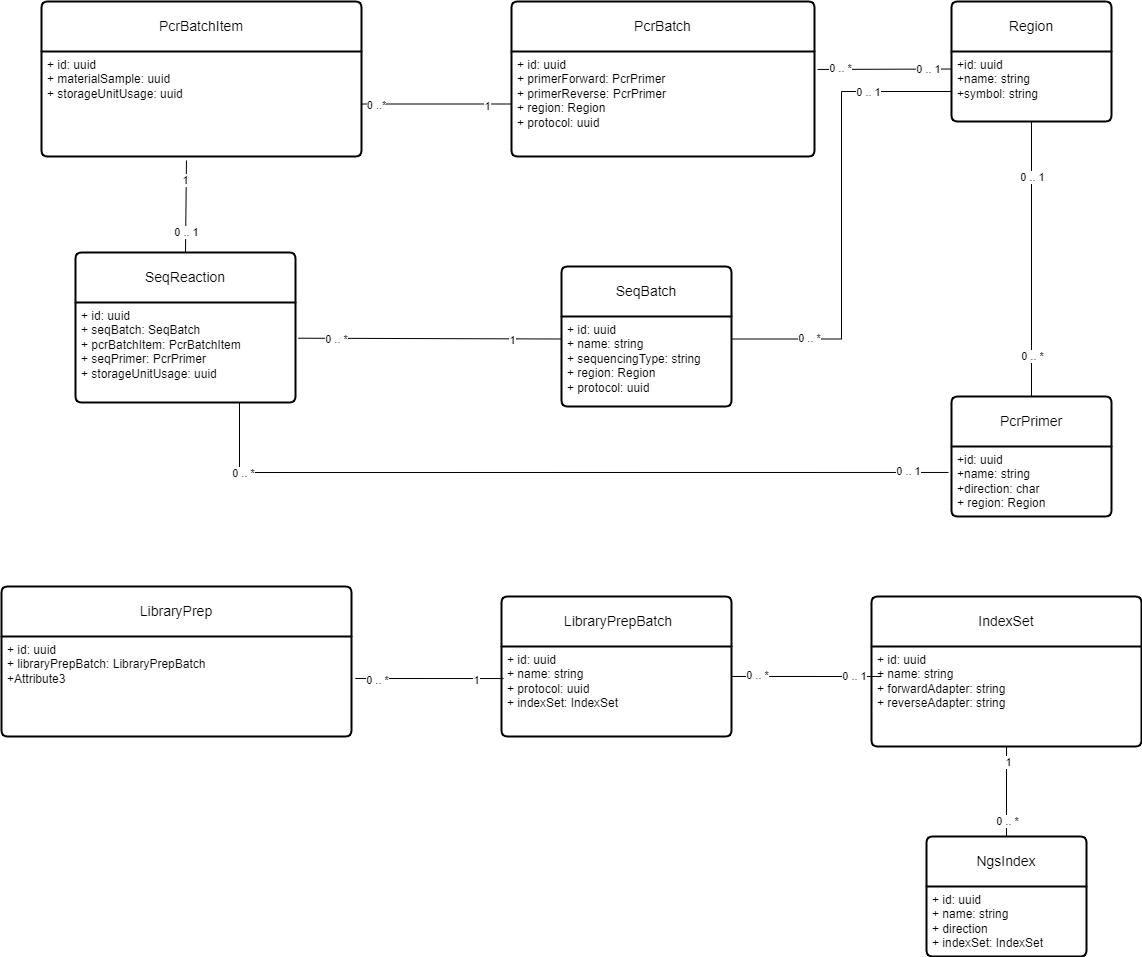
Earlier version of the draw.io export docs/sequencingModule.drawio.png (AAFC-BICoE/seqdb-api). Source tidied: cells renumbered, new cells last; positions are measured from the earlier drawing's top-left corner, leaving out a move shared by most shapes.
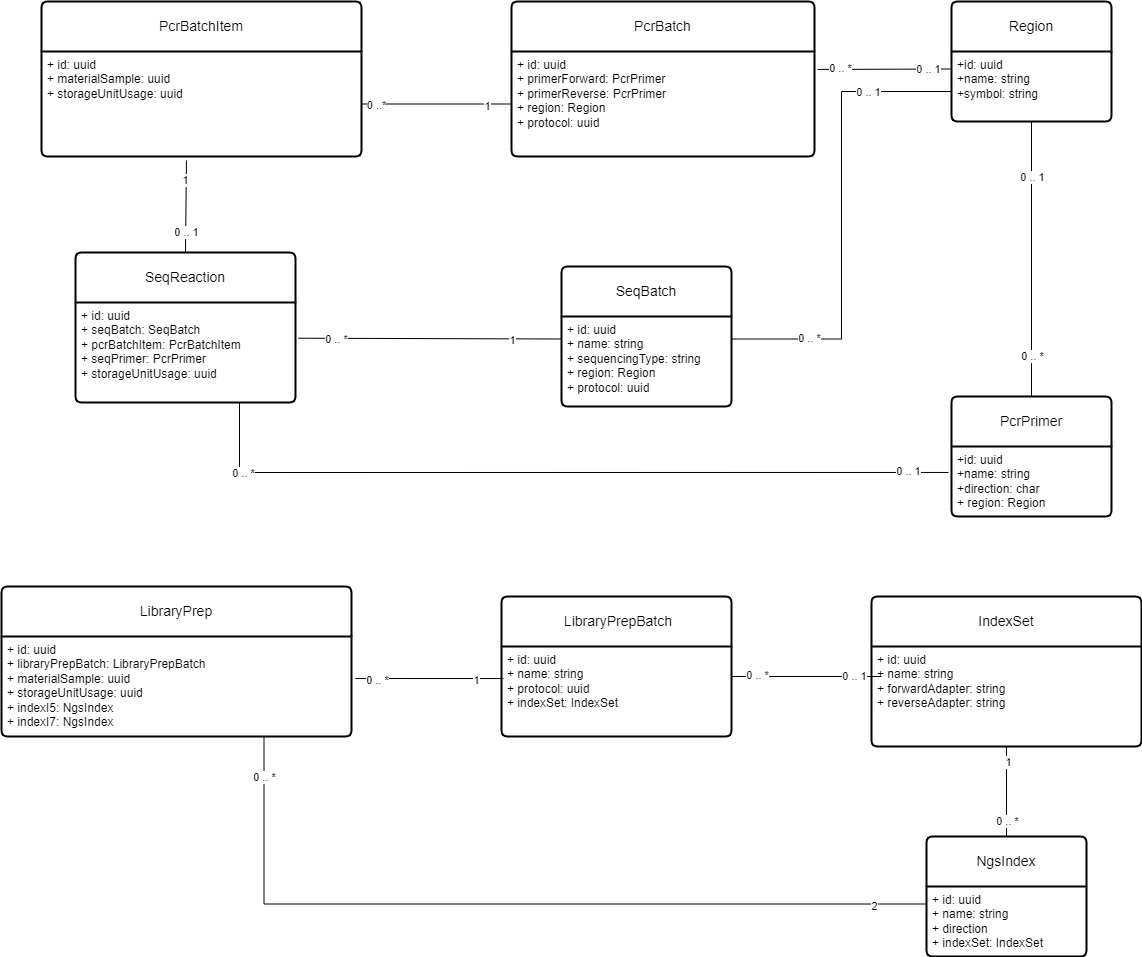
After the commit.

Diff of the diagram source:
```diff
@@ -110,7 +110,7 @@
     <mxCell id="35" value="LibraryPrep" style="swimlane;horizontal=1;startSize=50;rounded=1;fontSize=14;fontStyle=0;strokeWidth=2;shadow=0;dashed=0;align=center;arcSize=4;whiteSpace=wrap;html=1;" parent="1" vertex="1">
       <mxGeometry y="585" width="350" height="150" as="geometry" />
     </mxCell>
-    <mxCell id="36" value="+ id: uuid&lt;br&gt;+ libraryPrepBatch: LibraryPrepBatch&lt;br&gt;+Attribute3" style="align=left;strokeColor=none;fillColor=none;spacingLeft=4;fontSize=12;verticalAlign=top;html=1;" parent="35" vertex="1">
+    <mxCell id="36" value="+ id: uuid&lt;br&gt;+ libraryPrepBatch: LibraryPrepBatch&lt;br&gt;+&amp;nbsp;materialSample: uuid&lt;div&gt;+&amp;nbsp;storageUnitUsage: uuid&lt;/div&gt;&lt;div&gt;+&amp;nbsp;indexI5: NgsIndex&lt;/div&gt;&lt;div&gt;+&amp;nbsp;indexI7: NgsIndex&lt;/div&gt;" style="align=left;strokeColor=none;fillColor=none;spacingLeft=4;fontSize=12;verticalAlign=top;html=1;" parent="35" vertex="1">
       <mxGeometry y="50" width="350" height="100" as="geometry" />
     </mxCell>
     <mxCell id="37" value="&amp;nbsp;LibraryPrepBatch" style="swimlane;horizontal=1;startSize=50;rounded=1;fontSize=14;fontStyle=0;strokeWidth=2;shadow=0;dashed=0;align=center;arcSize=4;whiteSpace=wrap;html=1;" parent="1" vertex="1">
@@ -158,5 +158,16 @@
     <mxCell id="51" value="1" style="edgeLabel;html=1;align=center;verticalAlign=middle;" parent="49" vertex="1">
       <mxGeometry x="-0.67" y="1" relative="1" as="geometry" />
     </mxCell>
+    <mxCell id="52" style="endArrow=none;html=1;rounded=0;exitX=0.75;exitY=1;exitDx=0;exitDy=0;entryX=0;entryY=0.25;entryDx=0;entryDy=0;edgeStyle=orthogonalEdgeStyle;" parent="1" edge="1" source="36" target="42">
+      <mxGeometry relative="1" as="geometry" />
+    </mxCell>
+    <mxCell id="53" value="0 .. *" style="edgeLabel;html=1;align=center;verticalAlign=middle;" parent="52" vertex="1">
+      <mxGeometry x="-0.9" relative="1" as="geometry" />
+    </mxCell>
+    <mxCell id="54" value="2" style="edgeLabel;html=1;align=center;verticalAlign=middle;" parent="52" vertex="1">
+      <mxGeometry x="0.87" y="-1" relative="1" as="geometry">
+        <mxPoint y="1" as="offset" />
+      </mxGeometry>
+    </mxCell>
   </root>
 </mxGraphModel>
```
